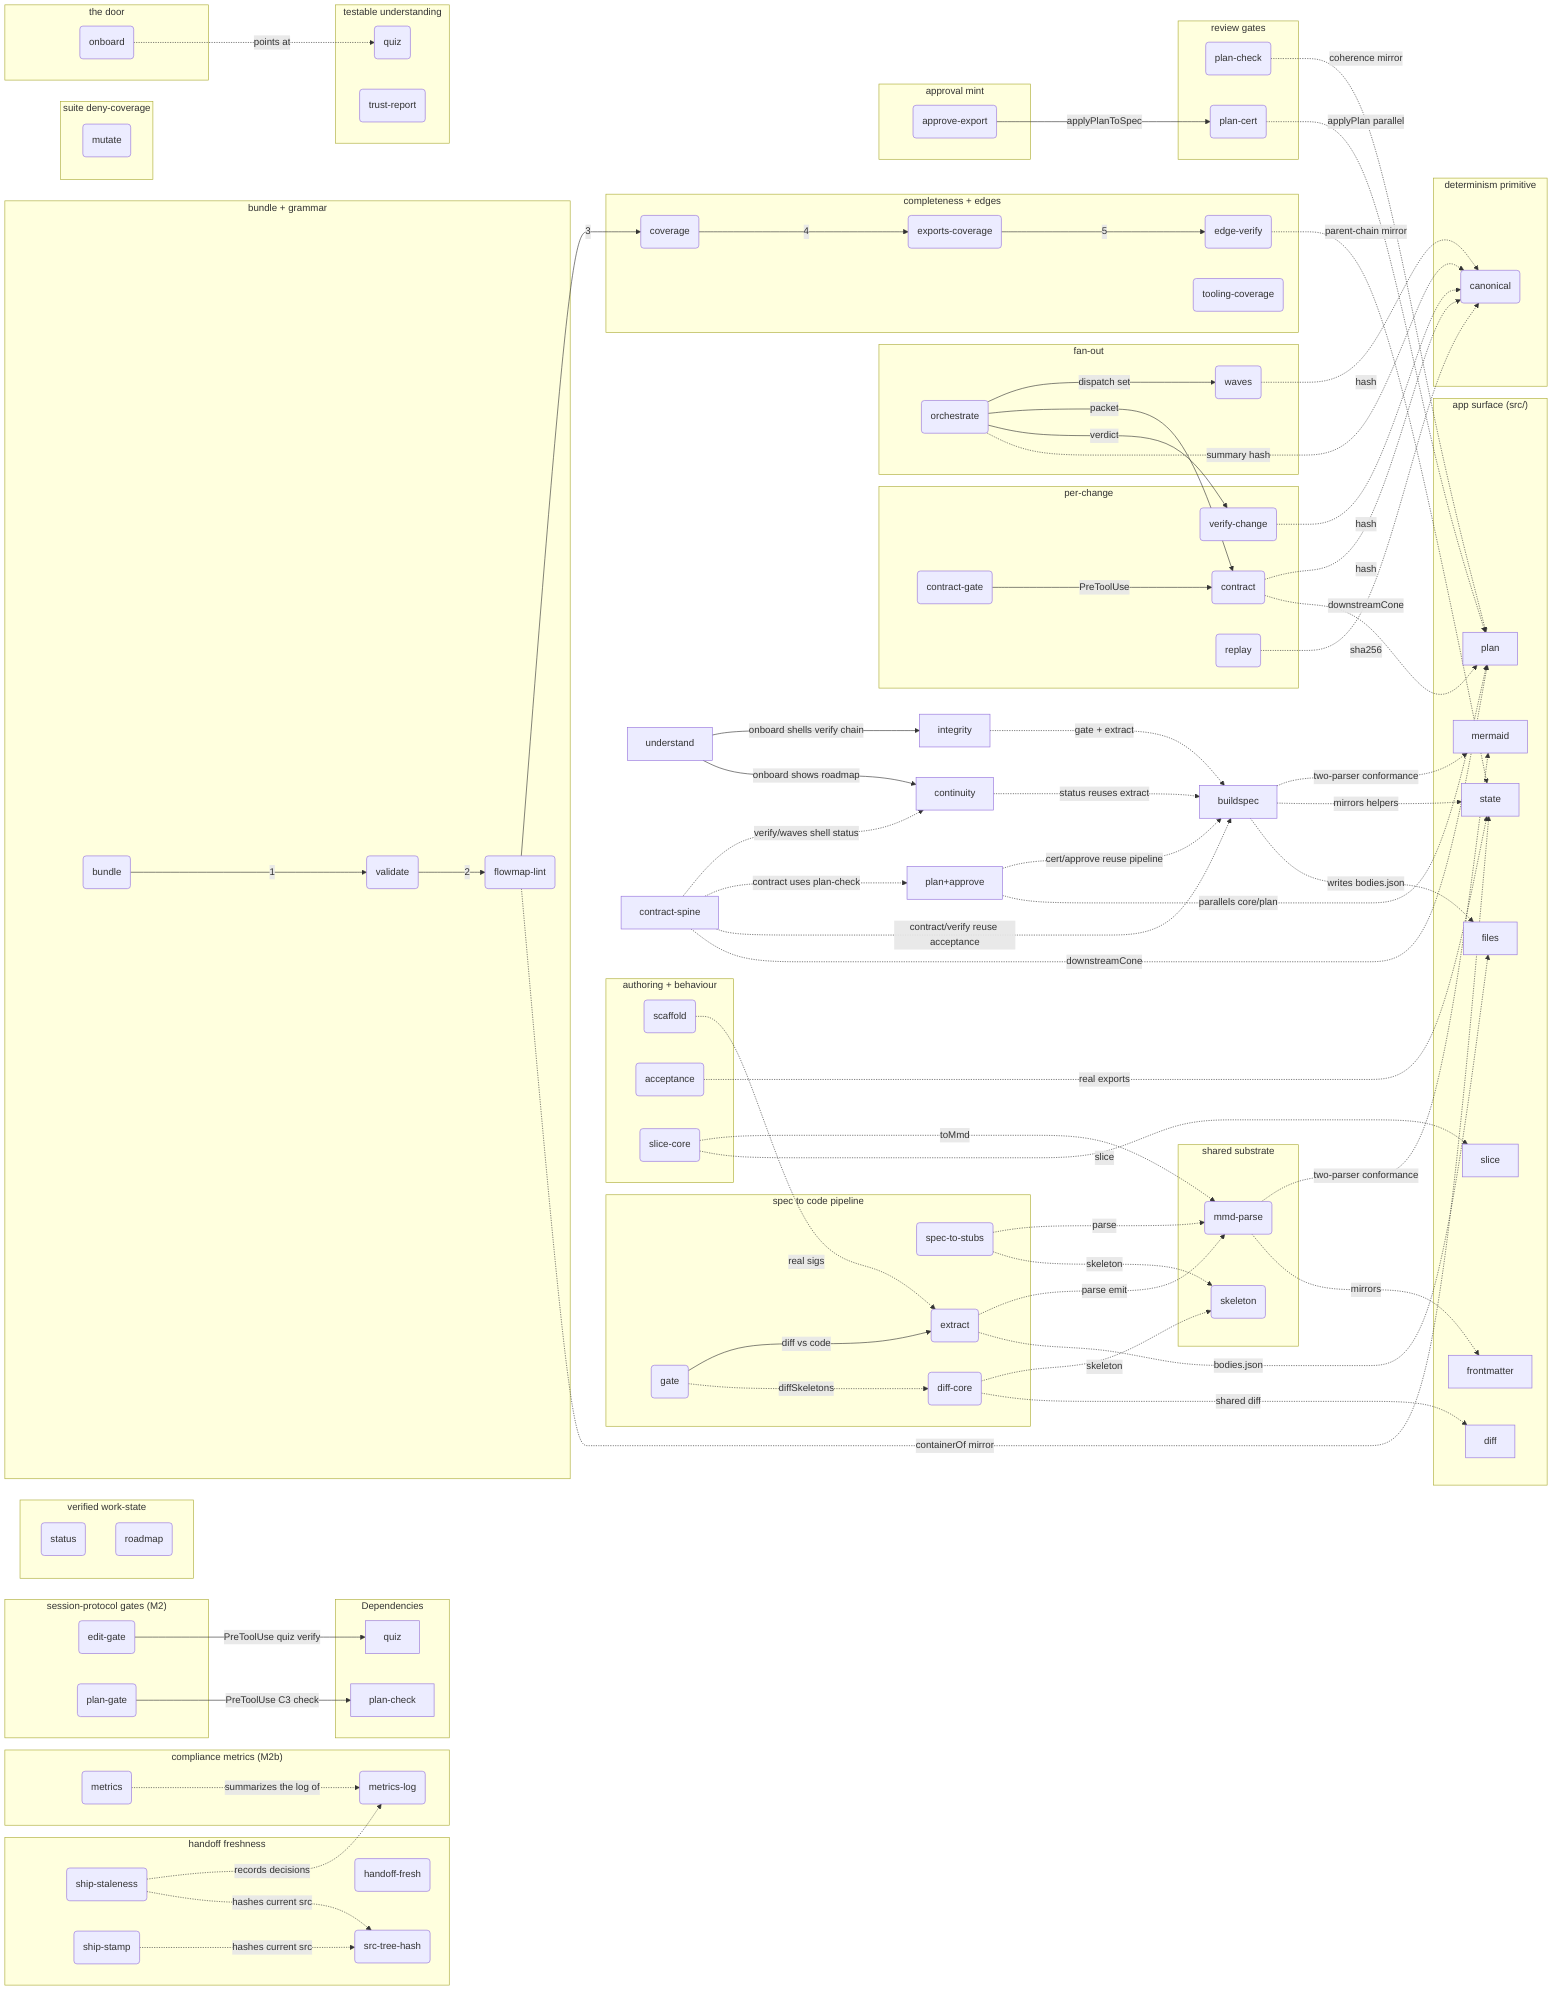
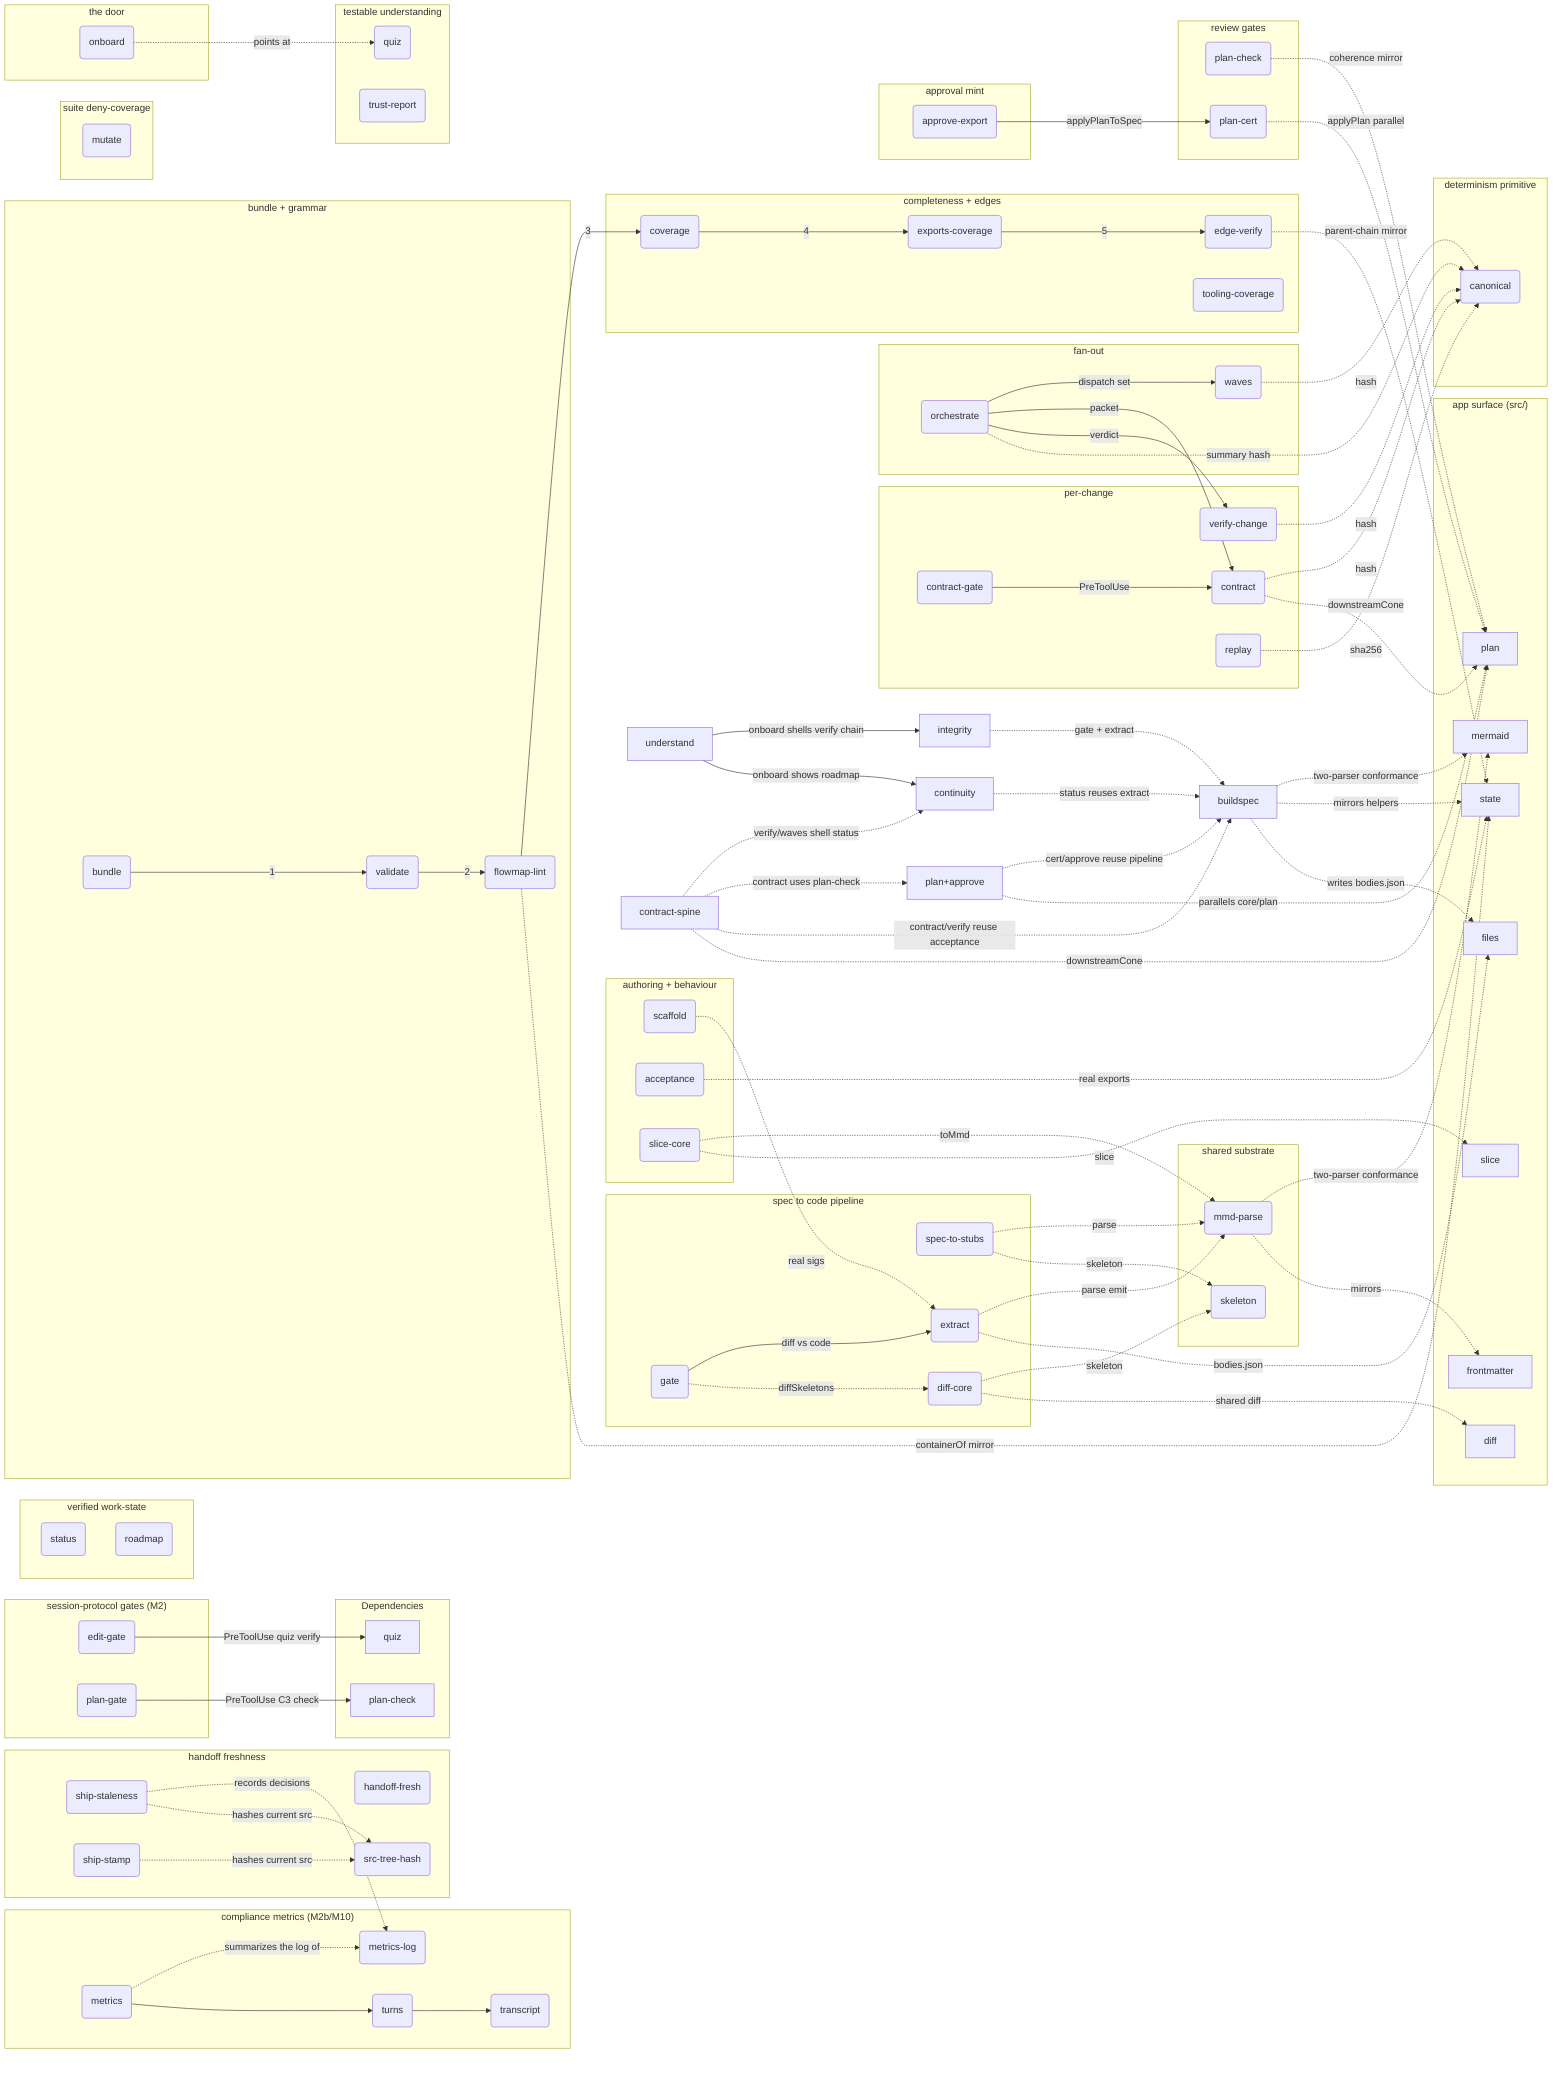
flowchart LR
%% AUTO-GENERATED BUNDLE — do not edit. Edit the per-folder fragments and re-bundle.
%% root flowmapBuildspec

%% fm:meta mermaid name=mermaid
%% fm:meta mermaid desc=app serializer/parser the tooling parser must agree with (two-parser conformance A3)
%% fm:meta frontmatter name=frontmatter
%% fm:meta frontmatter desc=app frontmatter model the tooling parser and skeleton mirror
%% fm:meta state name=state
%% fm:meta state desc=app model and geometry helpers the tooling mirrors and runs acceptance cases against
%% fm:meta files name=files
%% fm:meta files desc=app file IO that consumes the bodies.json the extractor writes
%% fm:meta diff name=diff
%% fm:meta diff desc=app semantic diff whose engine the tooling diff-core shares
%% fm:meta slice name=slice
%% fm:meta slice desc=app neighbourhood slice whose engine the tooling slice-core mirrors
%% fm:meta plan name=plan
%% fm:meta plan desc=app plan overlay model the tooling plan/cert/contract tools parallel and route into
%% fm:meta flowmapBuildspec__mmdParse name=mmd-parse
%% fm:meta flowmapBuildspec__mmdParse desc=zero-dep parser and serializer for the .mmd dialect every tool imports
%% fm:meta flowmapBuildspec__skeleton name=skeleton
%% fm:meta flowmapBuildspec__skeleton desc=canonical contract skeleton of a node plus all type normalization
%% fm:meta flowmapBuildspec__specToStubs name=spec-to-stubs
%% fm:meta flowmapBuildspec__specToStubs desc=step 1 emit TS stubs and contracts so interface drift becomes a tsc error
%% fm:meta flowmapBuildspec__extract name=extract
%% fm:meta flowmapBuildspec__extract desc=step 2 ts-morph walks src and re-serializes real code into a map plus bodies.json
%% fm:meta flowmapBuildspec__diffCore name=diff-core
%% fm:meta flowmapBuildspec__diffCore desc=pure structural diff between two skeleton maps categorizing every mismatch
%% fm:meta flowmapBuildspec__gate name=gate
%% fm:meta flowmapBuildspec__gate desc=step 3 diff committed spec against extracted code and exit non-zero on drift
%% fm:meta flowmapBuildspec__scaffold name=scaffold
%% fm:meta flowmapBuildspec__scaffold desc=author aid init backfill signatures and append plan nodes to fragments
%% fm:meta flowmapBuildspec__acceptance name=acceptance
%% fm:meta flowmapBuildspec__acceptance desc=Keystone 2 run behavioural cases against real src exports to prove correctness
%% fm:meta flowmapBuildspec__sliceCore name=slice-core
%% fm:meta flowmapBuildspec__sliceCore desc=pure model slicer reducing a parsed map to a seed node neighbourhood
%% fm:meta flowmapContinuity__status name=status
%% fm:meta flowmapContinuity__status desc=verified work-state compare a plan proposed signatures against live code built pending drifted missing
%% fm:meta flowmapContinuity__roadmap name=roadmap
%% fm:meta flowmapContinuity__roadmap desc=compute roadmap phase status from predicates and audit the no prose status ban
%% fm:meta flowmapContinuity__handoff name=handoff-fresh
%% fm:meta flowmapContinuity__handoff desc=detect when the handoff lags commits and falsify not yet committed prose claims
%% fm:meta flowmapContinuity__shipStaleness name=ship-staleness
%% fm:meta flowmapContinuity__shipStaleness desc=Stop hook block a session end while src content hash differs from the last recorded ship stamp
%% fm:meta flowmapContinuity__shipStamp name=ship-stamp
%% fm:meta flowmapContinuity__shipStamp desc=last step of flowmap ship record the current src content hash to docs flowmap ship-stamp.json
%% fm:meta flowmapContinuity__srcTreeHash name=src-tree-hash
%% fm:meta flowmapContinuity__srcTreeHash desc=git plumbing content hash of a directory working tree scratch index add write-tree no timestamps
%% fm:meta flowmapContinuity__metrics name=metrics
%% fm:meta flowmapContinuity__metrics desc=M2b summarize the compliance log into rates quiz gate ship cert unproven and wrap ship runs transparently
%% fm:meta flowmapContinuity__metricsLog name=metrics-log
%% fm:meta flowmapContinuity__metricsLog desc=fail silent JSONL emitter the gates quiz and verdict tools import logging may never change a decision
+ %% fm:meta flowmapContinuity__turns name=turns
+ %% fm:meta flowmapContinuity__turns desc=M10 measure turn discipline batch ratio cache read tokens subagent tokens tokens to first src edit over session transcripts
+ %% fm:meta flowmapContinuity__transcriptLib name=transcript
+ %% fm:meta flowmapContinuity__transcriptLib desc=shared Claude Code transcript parser dedupe assistant API calls by message id merge usage accumulate tool uses
%% fm:meta flowmapContractSpine__canonical name=canonical
%% fm:meta flowmapContractSpine__canonical desc=the determinism primitive key sorted JSON and sha256 so equality is a hash compare
%% fm:meta flowmapContractSpine__contract name=contract
%% fm:meta flowmapContractSpine__contract desc=emit a byte deterministic per change packet by routing blast radius source and coherence
%% fm:meta flowmapContractSpine__contractGate name=contract-gate
%% fm:meta flowmapContractSpine__contractGate desc=PreToolUse hook deny a spawn carrying a contract sentinel unless the contract resolves clean
%% fm:meta flowmapContractSpine__editGate name=edit-gate
%% fm:meta flowmapContractSpine__editGate desc=PreToolUse hook deny a src edit unless a quiz pass verifies against the current map bytes
%% fm:meta flowmapContractSpine__planGate name=plan-gate
%% fm:meta flowmapContractSpine__planGate desc=PreToolUse hook deny ExitPlanMode while the named or in flight plan fails coherence
%% fm:meta flowmapContractSpine__verifyChange name=verify-change
%% fm:meta flowmapContractSpine__verifyChange desc=fold structural and behavioural results into a data only verdict strict refuses over trust
%% fm:meta flowmapContractSpine__replay name=replay
%% fm:meta flowmapContractSpine__replay desc=determinism harness run a command N times and assert one stdout hash
%% fm:meta flowmapContractSpine__waves name=waves
%% fm:meta flowmapContractSpine__waves desc=topological wave partition of unbuilt changes with cycle detection for parallel dispatch
%% fm:meta flowmapContractSpine__orchestrate name=orchestrate
%% fm:meta flowmapContractSpine__orchestrate desc=the driver waves to per change worktree plus contract to verdict to canonical summary
%% fm:meta flowmapIntegrity__bundle name=bundle
%% fm:meta flowmapIntegrity__bundle desc=merge root plus every fragment into one bundle namespacing private ids
%% fm:meta flowmapIntegrity__validate name=validate
%% fm:meta flowmapIntegrity__validate desc=grammar gate one header unique ids every reference resolves one kind per node
%% fm:meta flowmapIntegrity__lint name=flowmap-lint
%% fm:meta flowmapIntegrity__lint desc=architecture altitude gate fail on flat file-mirror or unsectioned loose bag
%% fm:meta flowmapIntegrity__coverage name=coverage
%% fm:meta flowmapIntegrity__coverage desc=file completeness guard every source file is represented or has a fragment
%% fm:meta flowmapIntegrity__exports name=exports-coverage
%% fm:meta flowmapIntegrity__exports desc=symbol completeness guard every exported symbol is a node or audited entry
%% fm:meta flowmapIntegrity__edges name=edge-verify
%% fm:meta flowmapIntegrity__edges desc=edge integrity guard every edge is import backed intra file or audited advisory
%% fm:meta flowmapIntegrity__toolingCoverage name=tooling-coverage
%% fm:meta flowmapIntegrity__toolingCoverage desc=completeness plus symbol truth guard for the tooling map itself
%% fm:meta flowmapIntegrity__mutate name=mutate
%% fm:meta flowmapIntegrity__mutate desc=mutation harness apply corpus defects in isolated HEAD worktrees and assert the suite reacts as the corpus expects
%% fm:meta flowmapPlanApprove__planCheck name=plan-check
%% fm:meta flowmapPlanApprove__planCheck desc=C3 authoring coherence real ids acyclic deps valid parents coherent accepted set
%% fm:meta flowmapPlanApprove__planCert name=plan-cert
%% fm:meta flowmapPlanApprove__planCert desc=C2 dry-run certificate apply the plan and run generate tsc extract gate as a delta
%% fm:meta flowmapPlanApprove__approve name=approve-export
%% fm:meta flowmapPlanApprove__approve desc=E1 mint write approved map contracts filtered plan and checklist
%% fm:meta flowmapUnderstand__onboard name=onboard
%% fm:meta flowmapUnderstand__onboard desc=the single verifiable door shell the verify chain emit invariants print quiz and roadmap
%% fm:meta flowmapUnderstand__quiz name=quiz
%% fm:meta flowmapUnderstand__quiz desc=Keystone 1 generate structural questions and score answers against live re-derived keys
%% fm:meta flowmapUnderstand__trust name=trust-report
%% fm:meta flowmapUnderstand__trust desc=tier every claim verified advisory or unverified so readers know what is enforced

%% kind flowmapBuildspec module
%% kind flowmapIntegrity module
%% kind flowmapUnderstand module
%% kind flowmapContinuity module
%% kind flowmapPlanApprove module
%% kind flowmapContractSpine module
%% kind mermaid module
%% kind frontmatter module
%% kind state module
%% kind files module
%% kind diff module
%% kind slice module
%% kind plan module
%% kind flowmapBuildspec__mmdParse module
%% kind flowmapBuildspec__skeleton module
%% kind flowmapBuildspec__specToStubs service
%% kind flowmapBuildspec__extract service
%% kind flowmapBuildspec__diffCore module
%% kind flowmapBuildspec__gate service
%% kind flowmapBuildspec__scaffold service
%% kind flowmapBuildspec__acceptance service
%% kind flowmapBuildspec__sliceCore module
%% kind flowmapContinuity__status service
%% kind flowmapContinuity__roadmap service
%% kind flowmapContinuity__handoff service
%% kind flowmapContinuity__shipStaleness service
%% kind flowmapContinuity__shipStamp service
%% kind flowmapContinuity__srcTreeHash module
%% kind flowmapContinuity__metrics service
%% kind flowmapContinuity__metricsLog module
+ %% kind flowmapContinuity__turns service
+ %% kind flowmapContinuity__transcriptLib module
%% kind flowmapContractSpine__canonical module
%% kind flowmapContractSpine__contract service
%% kind flowmapContractSpine__contractGate service
%% kind flowmapContractSpine__editGate service
%% kind flowmapContractSpine__planGate service
%% kind flowmapContractSpine__verifyChange service
%% kind flowmapContractSpine__replay service
%% kind flowmapContractSpine__waves service
%% kind flowmapContractSpine__orchestrate service
%% kind flowmapIntegrity__bundle service
%% kind flowmapIntegrity__validate service
%% kind flowmapIntegrity__lint service
%% kind flowmapIntegrity__coverage service
%% kind flowmapIntegrity__exports service
%% kind flowmapIntegrity__edges service
%% kind flowmapIntegrity__toolingCoverage service
%% kind flowmapIntegrity__mutate service
%% kind flowmapPlanApprove__planCheck service
%% kind flowmapPlanApprove__planCert service
%% kind flowmapPlanApprove__approve service
%% kind flowmapUnderstand__onboard service
%% kind flowmapUnderstand__quiz service
%% kind flowmapUnderstand__trust service
%% parent flowmapBuildspec__bs_substrate flowmapBuildspec
%% parent flowmapBuildspec__bs_pipeline flowmapBuildspec
%% parent flowmapBuildspec__bs_aids flowmapBuildspec
%% parent flowmapContinuity__co_state flowmapContinuity
%% parent flowmapContinuity__co_handoff flowmapContinuity
%% parent flowmapContinuity__co_metrics flowmapContinuity
%% parent flowmapContractSpine__cs_prim flowmapContractSpine
%% parent flowmapContractSpine__cs_change flowmapContractSpine
%% parent flowmapContractSpine__cs_fanout flowmapContractSpine
%% parent flowmapContractSpine__cs_protocol flowmapContractSpine
%% parent flowmapIntegrity__in_build flowmapIntegrity
%% parent flowmapIntegrity__in_complete flowmapIntegrity
%% parent flowmapIntegrity__in_suite flowmapIntegrity
%% parent flowmapPlanApprove__pa_gates flowmapPlanApprove
%% parent flowmapPlanApprove__pa_mint flowmapPlanApprove
%% parent flowmapUnderstand__un_door flowmapUnderstand
%% parent flowmapUnderstand__un_prove flowmapUnderstand
%% src flowmapBuildspec__mmdParse tools/buildspec/mmd-parse.mjs#parseMmd
%% src flowmapBuildspec__skeleton tools/buildspec/skeleton.mjs#specSkeleton
%% src flowmapBuildspec__specToStubs tools/buildspec/spec-to-stubs.mjs#generate
%% src flowmapBuildspec__extract tools/buildspec/extract.mjs#extract
%% src flowmapBuildspec__diffCore tools/buildspec/diff-core.mjs#diffSkeletons
%% src flowmapBuildspec__gate tools/buildspec/gate.mjs
%% src flowmapBuildspec__scaffold tools/buildspec/scaffold.mjs#addFromPlan
%% src flowmapBuildspec__acceptance tools/buildspec/acceptance.mjs#runAcceptance
%% src flowmapBuildspec__sliceCore tools/buildspec/slice-core.mjs#sliceModel
%% src flowmapContinuity__status tools/flowmap/status.mjs
%% src flowmapContinuity__roadmap tools/flowmap/roadmap.mjs
%% src flowmapContinuity__handoff tools/flowmap/handoff-fresh.mjs#checkContentClaims
%% src flowmapContinuity__shipStaleness tools/flowmap/ship-staleness.mjs
%% src flowmapContinuity__shipStamp tools/flowmap/ship-stamp.mjs
%% src flowmapContinuity__srcTreeHash tools/flowmap/lib/src-tree-hash.mjs#srcTreeHash
%% src flowmapContinuity__metrics tools/flowmap/metrics.mjs
%% src flowmapContinuity__metricsLog tools/flowmap/lib/metrics-log.mjs#recordEvent
+ %% src flowmapContinuity__turns tools/flowmap/turns.mjs
+ %% src flowmapContinuity__transcriptLib tools/flowmap/lib/transcript.mjs#parseTranscript
%% src flowmapContractSpine__canonical tools/flowmap/lib/canonical.mjs#canonicalize
%% src flowmapContractSpine__contract tools/flowmap/contract.mjs
%% src flowmapContractSpine__contractGate tools/flowmap/contract-gate.mjs
%% src flowmapContractSpine__editGate tools/flowmap/edit-gate.mjs
%% src flowmapContractSpine__planGate tools/flowmap/plan-gate.mjs
%% src flowmapContractSpine__verifyChange tools/flowmap/verify-change.mjs
%% src flowmapContractSpine__replay tools/flowmap/replay.mjs
%% src flowmapContractSpine__waves tools/flowmap/waves.mjs
%% src flowmapContractSpine__orchestrate tools/flowmap/orchestrate.mjs
%% src flowmapIntegrity__bundle tools/flowmap/bundle.mjs
%% src flowmapIntegrity__validate tools/flowmap/validate.mjs
%% src flowmapIntegrity__lint tools/flowmap/flowmap-lint.mjs#lint
%% src flowmapIntegrity__coverage tools/flowmap/coverage.mjs
%% src flowmapIntegrity__exports tools/flowmap/exports-coverage.mjs
%% src flowmapIntegrity__edges tools/flowmap/edge-verify.mjs#verifyEdges
%% src flowmapIntegrity__toolingCoverage tools/flowmap/tooling-coverage.mjs
%% src flowmapIntegrity__mutate tools/flowmap/mutate.mjs
%% src flowmapPlanApprove__planCheck tools/flowmap/plan-check.mjs#checkPlan
%% src flowmapPlanApprove__planCert tools/flowmap/plan-cert.mjs#certifyPlan
%% src flowmapPlanApprove__approve tools/flowmap/approve-export.mjs#approveExport
%% src flowmapUnderstand__onboard tools/flowmap/onboard.mjs
%% src flowmapUnderstand__quiz tools/flowmap/quiz.mjs
%% src flowmapUnderstand__trust tools/flowmap/trust-report.mjs

  flowmapBuildspec["buildspec"]
  flowmapIntegrity["integrity"]
  flowmapUnderstand["understand"]
  flowmapContinuity["continuity"]
  flowmapPlanApprove["plan+approve"]
  flowmapContractSpine["contract-spine"]
  subgraph AppSurface ["app surface (src/)"]
    mermaid["mermaid"]
    frontmatter["frontmatter"]
    state["state"]
    files["files"]
    diff["diff"]
    slice["slice"]
    plan["plan"]
  end
  %% ---- subsystem-level flow (the loop) ----
  %% ---- tooling -> app surface (the blast radius) ----

  subgraph flowmapBuildspec__bs_substrate ["shared substrate"]
    flowmapBuildspec__mmdParse("mmd-parse")
    flowmapBuildspec__skeleton("skeleton")
  end
  subgraph flowmapBuildspec__bs_pipeline ["spec to code pipeline"]
    flowmapBuildspec__specToStubs("spec-to-stubs")
    flowmapBuildspec__extract("extract")
    flowmapBuildspec__gate("gate")
    flowmapBuildspec__diffCore("diff-core")
  end
  subgraph flowmapBuildspec__bs_aids ["authoring + behaviour"]
    flowmapBuildspec__scaffold("scaffold")
    flowmapBuildspec__acceptance("acceptance")
    flowmapBuildspec__sliceCore("slice-core")
  end

  subgraph flowmapContinuity__co_state ["verified work-state"]
    flowmapContinuity__status("status")
    flowmapContinuity__roadmap("roadmap")
  end
  subgraph flowmapContinuity__co_handoff ["handoff freshness"]
    flowmapContinuity__handoff("handoff-fresh")
    flowmapContinuity__shipStaleness("ship-staleness")
    flowmapContinuity__shipStamp("ship-stamp")
    flowmapContinuity__srcTreeHash("src-tree-hash")
  end
-   subgraph flowmapContinuity__co_metrics ["compliance metrics (M2b)"]
+   subgraph flowmapContinuity__co_metrics ["compliance metrics (M2b/M10)"]
    flowmapContinuity__metrics("metrics")
    flowmapContinuity__metricsLog("metrics-log")
+     flowmapContinuity__turns("turns")
+     flowmapContinuity__transcriptLib("transcript")
  end

  subgraph flowmapContractSpine__cs_prim ["determinism primitive"]
    flowmapContractSpine__canonical("canonical")
  end
  subgraph flowmapContractSpine__cs_change ["per-change"]
    flowmapContractSpine__contract("contract")
    flowmapContractSpine__contractGate("contract-gate")
    flowmapContractSpine__verifyChange("verify-change")
    flowmapContractSpine__replay("replay")
  end
  subgraph flowmapContractSpine__cs_fanout ["fan-out"]
    flowmapContractSpine__waves("waves")
    flowmapContractSpine__orchestrate("orchestrate")
  end
  subgraph flowmapContractSpine__cs_protocol ["session-protocol gates (M2)"]
    flowmapContractSpine__editGate("edit-gate")
    flowmapContractSpine__planGate("plan-gate")
  end
  subgraph flowmapContractSpine__Deps ["Dependencies"]
    flowmapContractSpine__quiz["quiz"]
    flowmapContractSpine__planCheck["plan-check"]
  end

  subgraph flowmapIntegrity__in_build ["bundle + grammar"]
    flowmapIntegrity__bundle("bundle")
    flowmapIntegrity__validate("validate")
    flowmapIntegrity__lint("flowmap-lint")
  end
  subgraph flowmapIntegrity__in_complete ["completeness + edges"]
    flowmapIntegrity__coverage("coverage")
    flowmapIntegrity__exports("exports-coverage")
    flowmapIntegrity__edges("edge-verify")
    flowmapIntegrity__toolingCoverage("tooling-coverage")
  end
  subgraph flowmapIntegrity__in_suite ["suite deny-coverage"]
    flowmapIntegrity__mutate("mutate")
  end

  subgraph flowmapPlanApprove__pa_gates ["review gates"]
    flowmapPlanApprove__planCheck("plan-check")
    flowmapPlanApprove__planCert("plan-cert")
  end
  subgraph flowmapPlanApprove__pa_mint ["approval mint"]
    flowmapPlanApprove__approve("approve-export")
  end

  subgraph flowmapUnderstand__un_door ["the door"]
    flowmapUnderstand__onboard("onboard")
  end
  subgraph flowmapUnderstand__un_prove ["testable understanding"]
    flowmapUnderstand__quiz("quiz")
    flowmapUnderstand__trust("trust-report")
  end

  flowmapUnderstand -->|onboard shells verify chain| flowmapIntegrity
  flowmapUnderstand -->|onboard shows roadmap| flowmapContinuity
  flowmapIntegrity -.->|gate + extract| flowmapBuildspec
  flowmapContinuity -.->|status reuses extract| flowmapBuildspec
  flowmapPlanApprove -.->|cert/approve reuse pipeline| flowmapBuildspec
  flowmapContractSpine -.->|verify/waves shell status| flowmapContinuity
  flowmapContractSpine -.->|contract uses plan-check| flowmapPlanApprove
  flowmapContractSpine -.->|contract/verify reuse acceptance| flowmapBuildspec
  flowmapBuildspec -.->|two-parser conformance| mermaid
  flowmapBuildspec -.->|mirrors helpers| state
  flowmapBuildspec -.->|writes bodies.json| files
  flowmapPlanApprove -.->|parallels core/plan| plan
  flowmapContractSpine -.->|downstreamCone| plan
  flowmapBuildspec__gate -->|diff vs code| flowmapBuildspec__extract
  flowmapBuildspec__gate -.->|diffSkeletons| flowmapBuildspec__diffCore
  flowmapBuildspec__diffCore -.->|skeleton| flowmapBuildspec__skeleton
  flowmapBuildspec__extract -.->|parse emit| flowmapBuildspec__mmdParse
  flowmapBuildspec__specToStubs -.->|parse| flowmapBuildspec__mmdParse
  flowmapBuildspec__specToStubs -.->|skeleton| flowmapBuildspec__skeleton
  flowmapBuildspec__scaffold -.->|real sigs| flowmapBuildspec__extract
  flowmapBuildspec__sliceCore -.->|toMmd| flowmapBuildspec__mmdParse
  flowmapBuildspec__mmdParse -.->|two-parser conformance| mermaid
  flowmapBuildspec__mmdParse -.->|mirrors| frontmatter
  flowmapBuildspec__extract -.->|bodies.json| files
  flowmapBuildspec__acceptance -.->|real exports| state
  flowmapBuildspec__diffCore -.->|shared diff| diff
  flowmapBuildspec__sliceCore -.->|slice| slice
  flowmapContinuity__metrics -.->|summarizes the log of| flowmapContinuity__metricsLog
  flowmapContinuity__shipStaleness -.->|records decisions| flowmapContinuity__metricsLog
  flowmapContinuity__shipStaleness -.->|hashes current src| flowmapContinuity__srcTreeHash
  flowmapContinuity__shipStamp -.->|hashes current src| flowmapContinuity__srcTreeHash
+   flowmapContinuity__metrics --> flowmapContinuity__turns
+   flowmapContinuity__turns --> flowmapContinuity__transcriptLib
  flowmapContractSpine__contractGate -->|PreToolUse| flowmapContractSpine__contract
  flowmapContractSpine__editGate -->|PreToolUse quiz verify| flowmapContractSpine__quiz
  flowmapContractSpine__planGate -->|PreToolUse C3 check| flowmapContractSpine__planCheck
  flowmapContractSpine__orchestrate -->|dispatch set| flowmapContractSpine__waves
  flowmapContractSpine__orchestrate -->|packet| flowmapContractSpine__contract
  flowmapContractSpine__orchestrate -->|verdict| flowmapContractSpine__verifyChange
  flowmapContractSpine__contract -.->|hash| flowmapContractSpine__canonical
  flowmapContractSpine__verifyChange -.->|hash| flowmapContractSpine__canonical
  flowmapContractSpine__replay -.->|sha256| flowmapContractSpine__canonical
  flowmapContractSpine__waves -.->|hash| flowmapContractSpine__canonical
  flowmapContractSpine__orchestrate -.->|summary hash| flowmapContractSpine__canonical
  flowmapContractSpine__contract -.->|downstreamCone| plan
  flowmapIntegrity__bundle -->|1| flowmapIntegrity__validate
  flowmapIntegrity__validate -->|2| flowmapIntegrity__lint
  flowmapIntegrity__lint -->|3| flowmapIntegrity__coverage
  flowmapIntegrity__coverage -->|4| flowmapIntegrity__exports
  flowmapIntegrity__exports -->|5| flowmapIntegrity__edges
  flowmapIntegrity__lint -.->|containerOf mirror| state
  flowmapIntegrity__edges -.->|parent-chain mirror| state
  flowmapPlanApprove__approve -->|applyPlanToSpec| flowmapPlanApprove__planCert
  flowmapPlanApprove__planCheck -.->|coherence mirror| plan
  flowmapPlanApprove__planCert -.->|applyPlan parallel| plan
  flowmapUnderstand__onboard -.->|points at| flowmapUnderstand__quiz
